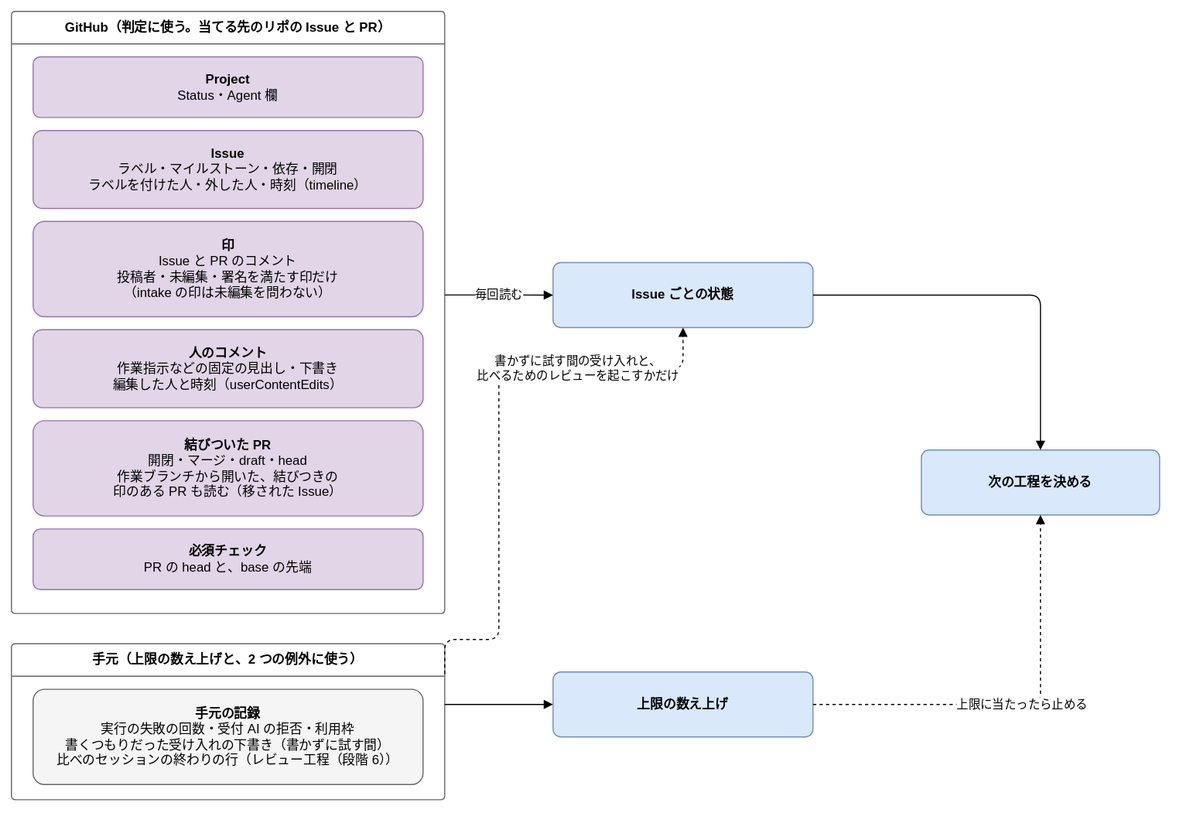
Above: docs/design/basic/diagrams/02-state-assembly.drawio.svg in Joymerrevent/dev-autopilot (draw.io), before the change. Source tidied: cells renumbered, new cells last; positions are measured from the earlier drawing's top-left corner, leaving out a move shared by most shapes.
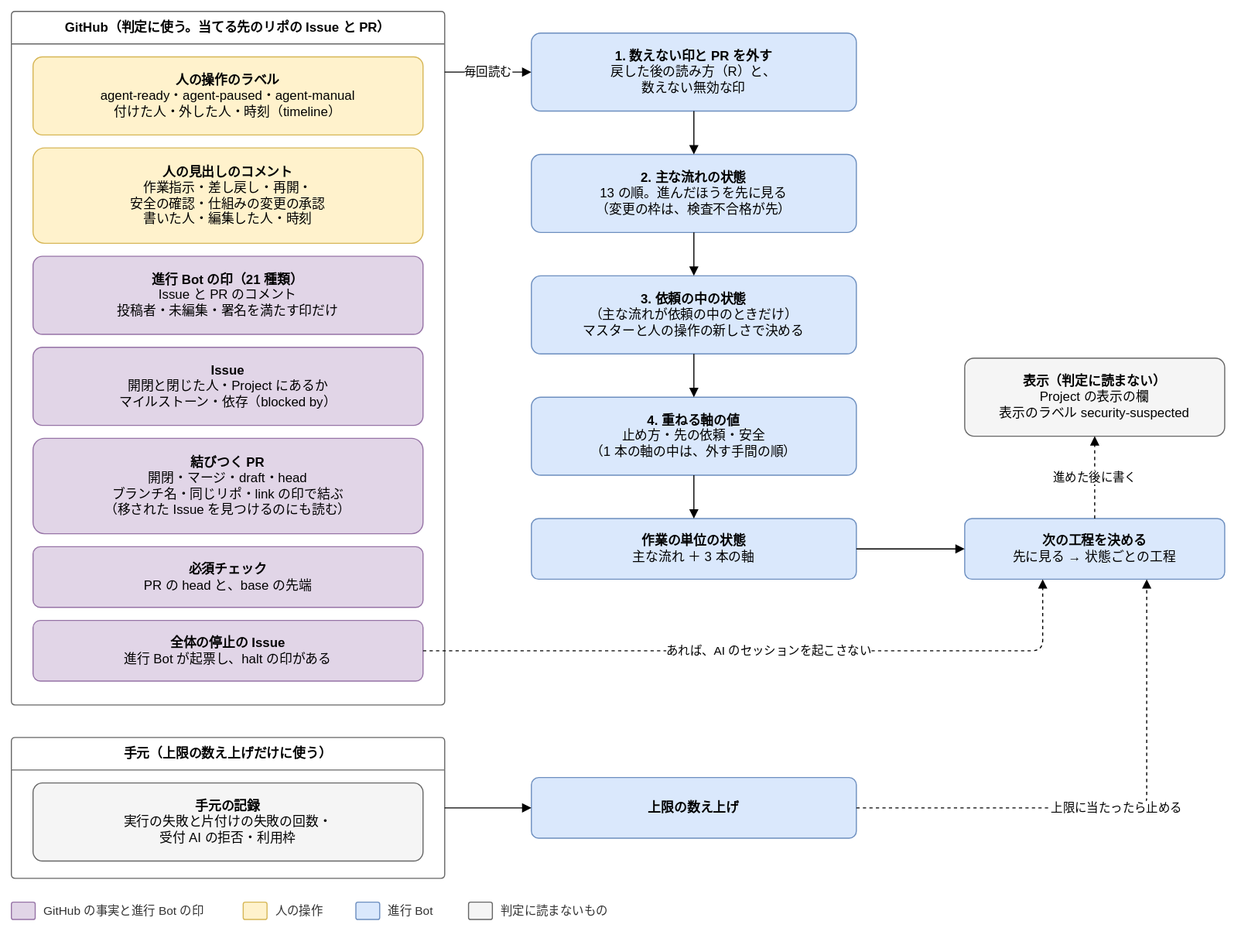
The same diagram one commit later.

Diff of the diagram source:
```diff
@@ -3,61 +3,120 @@
     <mxCell id="0" />
     <mxCell id="1" parent="0" />
     <mxCell id="2" value="GitHub（判定に使う。当てる先のリポの Issue と PR）" style="swimlane;startSize=30;html=1;whiteSpace=wrap;rounded=1;arcSize=4;fontStyle=1;fontSize=12;strokeColor=#666666;fillColor=none;swimlaneFillColor=none;" parent="1" vertex="1">
-      <mxGeometry width="400" height="556" as="geometry" />
+      <mxGeometry width="400" height="640" as="geometry" />
     </mxCell>
-    <mxCell id="3" value="&lt;b&gt;Project&lt;/b&gt;&lt;br&gt;Status・Agent 欄" style="rounded=1;whiteSpace=wrap;html=1;fontSize=12;arcSize=12;spacing=12;fillColor=#e1d5e7;strokeColor=#9673a6;" parent="2" vertex="1">
-      <mxGeometry x="20" y="42" width="360" height="56" as="geometry" />
-    </mxCell>
-    <mxCell id="4" value="&lt;b&gt;Issue&lt;/b&gt;&lt;br&gt;ラベル・マイルストーン・依存・開閉&lt;br&gt;ラベルを付けた人・外した人・時刻（timeline）" style="rounded=1;whiteSpace=wrap;html=1;fontSize=12;arcSize=12;spacing=12;fillColor=#e1d5e7;strokeColor=#9673a6;" parent="2" vertex="1">
-      <mxGeometry x="20" y="110" width="360" height="72" as="geometry" />
-    </mxCell>
-    <mxCell id="5" value="&lt;b&gt;印&lt;/b&gt;&lt;br&gt;Issue と PR のコメント&lt;br&gt;投稿者・未編集・署名を満たす印だけ&lt;br&gt;（intake の印は未編集を問わない）" style="rounded=1;whiteSpace=wrap;html=1;fontSize=12;arcSize=12;spacing=12;fillColor=#e1d5e7;strokeColor=#9673a6;" parent="2" vertex="1">
-      <mxGeometry x="20" y="194" width="360" height="88" as="geometry" />
-    </mxCell>
-    <mxCell id="6" value="&lt;b&gt;人のコメント&lt;/b&gt;&lt;br&gt;作業指示などの固定の見出し・下書き&lt;br&gt;編集した人と時刻（userContentEdits）" style="rounded=1;whiteSpace=wrap;html=1;fontSize=12;arcSize=12;spacing=12;fillColor=#e1d5e7;strokeColor=#9673a6;" parent="2" vertex="1">
-      <mxGeometry x="20" y="294" width="360" height="72" as="geometry" />
-    </mxCell>
-    <mxCell id="7" value="&lt;b&gt;結びついた PR&lt;/b&gt;&lt;br&gt;開閉・マージ・draft・head&lt;br&gt;作業ブランチから開いた、結びつきの&lt;br&gt;印のある PR も読む（移された Issue）" style="rounded=1;whiteSpace=wrap;html=1;fontSize=12;arcSize=12;spacing=12;fillColor=#e1d5e7;strokeColor=#9673a6;" parent="2" vertex="1">
-      <mxGeometry x="20" y="378" width="360" height="88" as="geometry" />
-    </mxCell>
+    <mxCell id="19" value="&lt;b&gt;人の操作のラベル&lt;/b&gt;&lt;br&gt;agent-ready・agent-paused・agent-manual&lt;br&gt;付けた人・外した人・時刻（timeline）" style="rounded=1;whiteSpace=wrap;html=1;fontSize=12;arcSize=12;spacing=12;fillColor=#fff2cc;strokeColor=#d6b656;" parent="2" vertex="1">
+      <mxGeometry x="20" y="42" width="360" height="72" as="geometry" />
+    </mxCell>
+    <mxCell id="20" value="&lt;b&gt;人の見出しのコメント&lt;/b&gt;&lt;br&gt;作業指示・差し戻し・再開・&lt;br&gt;安全の確認・仕組みの変更の承認&lt;br&gt;書いた人・編集した人・時刻" style="rounded=1;whiteSpace=wrap;html=1;fontSize=12;arcSize=12;spacing=12;fillColor=#fff2cc;strokeColor=#d6b656;" parent="2" vertex="1">
+      <mxGeometry x="20" y="126" width="360" height="88" as="geometry" />
+    </mxCell>
+    <mxCell id="21" value="&lt;b&gt;進行 Bot の印（21 種類）&lt;/b&gt;&lt;br&gt;Issue と PR のコメント&lt;br&gt;投稿者・未編集・署名を満たす印だけ" style="rounded=1;whiteSpace=wrap;html=1;fontSize=12;arcSize=12;spacing=12;fillColor=#e1d5e7;strokeColor=#9673a6;" parent="2" vertex="1">
+      <mxGeometry x="20" y="226" width="360" height="72" as="geometry" />
+    </mxCell>
+    <mxCell id="22" value="&lt;b&gt;Issue&lt;/b&gt;&lt;br&gt;開閉と閉じた人・Project にあるか&lt;br&gt;マイルストーン・依存（blocked by）" style="rounded=1;whiteSpace=wrap;html=1;fontSize=12;arcSize=12;spacing=12;fillColor=#e1d5e7;strokeColor=#9673a6;" parent="2" vertex="1">
+      <mxGeometry x="20" y="310" width="360" height="72" as="geometry" />
+    </mxCell>
+    <mxCell id="23" value="&lt;b&gt;結びつく PR&lt;/b&gt;&lt;br&gt;開閉・マージ・draft・head&lt;br&gt;ブランチ名・同じリポ・link の印で結ぶ&lt;br&gt;（移された Issue を見つけるのにも読む）" style="rounded=1;whiteSpace=wrap;html=1;fontSize=12;arcSize=12;spacing=12;fillColor=#e1d5e7;strokeColor=#9673a6;" parent="2" vertex="1">
+      <mxGeometry x="20" y="394" width="360" height="88" as="geometry" />
+    </mxCell>
     <mxCell id="8" value="&lt;b&gt;必須チェック&lt;/b&gt;&lt;br&gt;PR の head と、base の先端" style="rounded=1;whiteSpace=wrap;html=1;fontSize=12;arcSize=12;spacing=12;fillColor=#e1d5e7;strokeColor=#9673a6;" parent="2" vertex="1">
-      <mxGeometry x="20" y="478" width="360" height="56" as="geometry" />
+      <mxGeometry x="20" y="494" width="360" height="56" as="geometry" />
     </mxCell>
+    <mxCell id="24" value="&lt;b&gt;全体の停止の Issue&lt;/b&gt;&lt;br&gt;進行 Bot が起票し、halt の印がある" style="rounded=1;whiteSpace=wrap;html=1;fontSize=12;arcSize=12;spacing=12;fillColor=#e1d5e7;strokeColor=#9673a6;" parent="2" vertex="1">
+      <mxGeometry x="20" y="562" width="360" height="56" as="geometry" />
+    </mxCell>
+    <mxCell id="25" value="&lt;b&gt;1. 数えない印と PR を外す&lt;/b&gt;&lt;br&gt;戻した後の読み方（R）と、&lt;br&gt;数えない無効な印" style="rounded=1;whiteSpace=wrap;html=1;fontSize=12;arcSize=12;spacing=12;fillColor=#dae8fc;strokeColor=#6c8ebf;" parent="1" vertex="1">
+      <mxGeometry x="480" y="20" width="300" height="72" as="geometry" />
+    </mxCell>
+    <mxCell id="26" value="&lt;b&gt;2. 主な流れの状態&lt;/b&gt;&lt;br&gt;13 の順。進んだほうを先に見る&lt;br&gt;（変更の枠は、検査不合格が先）" style="rounded=1;whiteSpace=wrap;html=1;fontSize=12;arcSize=12;spacing=12;fillColor=#dae8fc;strokeColor=#6c8ebf;" parent="1" vertex="1">
+      <mxGeometry x="480" y="132" width="300" height="72" as="geometry" />
+    </mxCell>
+    <mxCell id="27" value="&lt;b&gt;3. 依頼の中の状態&lt;/b&gt;&lt;br&gt;（主な流れが依頼の中のときだけ）&lt;br&gt;マスターと人の操作の新しさで決める" style="rounded=1;whiteSpace=wrap;html=1;fontSize=12;arcSize=12;spacing=12;fillColor=#dae8fc;strokeColor=#6c8ebf;" parent="1" vertex="1">
+      <mxGeometry x="480" y="244" width="300" height="72" as="geometry" />
+    </mxCell>
+    <mxCell id="28" value="&lt;b&gt;4. 重ねる軸の値&lt;/b&gt;&lt;br&gt;止め方・先の依頼・安全&lt;br&gt;（1 本の軸の中は、外す手間の順）" style="rounded=1;whiteSpace=wrap;html=1;fontSize=12;arcSize=12;spacing=12;fillColor=#dae8fc;strokeColor=#6c8ebf;" parent="1" vertex="1">
+      <mxGeometry x="480" y="356" width="300" height="72" as="geometry" />
+    </mxCell>
+    <mxCell id="29" value="&lt;b&gt;作業の単位の状態&lt;/b&gt;&lt;br&gt;主な流れ ＋ 3 本の軸" style="rounded=1;whiteSpace=wrap;html=1;fontSize=12;arcSize=12;spacing=12;fillColor=#dae8fc;strokeColor=#6c8ebf;" parent="1" vertex="1">
+      <mxGeometry x="480" y="468" width="300" height="56" as="geometry" />
+    </mxCell>
+    <mxCell id="30" value="&lt;b&gt;次の工程を決める&lt;/b&gt;&lt;br&gt;先に見る → 状態ごとの工程" style="rounded=1;whiteSpace=wrap;html=1;fontSize=12;arcSize=12;spacing=12;fillColor=#dae8fc;strokeColor=#6c8ebf;" parent="1" vertex="1">
+      <mxGeometry x="880" y="468" width="240" height="56" as="geometry" />
+    </mxCell>
+    <mxCell id="31" value="&lt;b&gt;表示（判定に読まない）&lt;/b&gt;&lt;br&gt;Project の表示の欄&lt;br&gt;表示のラベル security-suspected" style="rounded=1;whiteSpace=wrap;html=1;fontSize=12;arcSize=12;spacing=12;fillColor=#f5f5f5;strokeColor=#666666;" parent="1" vertex="1">
+      <mxGeometry x="880" y="320" width="240" height="72" as="geometry" />
+    </mxCell>
-    <mxCell id="9" value="手元（上限の数え上げと、2 つの例外に使う）" style="swimlane;startSize=30;html=1;whiteSpace=wrap;rounded=1;arcSize=4;fontStyle=1;fontSize=12;strokeColor=#666666;fillColor=none;swimlaneFillColor=none;" parent="1" vertex="1">
-      <mxGeometry y="584" width="400" height="144" as="geometry" />
+    <mxCell id="9" value="手元（上限の数え上げだけに使う）" style="swimlane;startSize=30;html=1;whiteSpace=wrap;rounded=1;arcSize=4;fontStyle=1;fontSize=12;strokeColor=#666666;fillColor=none;swimlaneFillColor=none;" parent="1" vertex="1">
+      <mxGeometry y="670" width="400" height="130" as="geometry" />
     </mxCell>
-    <mxCell id="10" value="&lt;b&gt;手元の記録&lt;/b&gt;&lt;br&gt;実行の失敗の回数・受付 AI の拒否・利用枠&lt;br&gt;書くつもりだった受け入れの下書き（書かずに試す間）&lt;br&gt;比べのセッションの終わりの行（レビュー工程（段階 6））" style="rounded=1;whiteSpace=wrap;html=1;fontSize=12;arcSize=12;spacing=12;fillColor=#f5f5f5;strokeColor=#666666;" parent="9" vertex="1">
-      <mxGeometry x="20" y="42" width="360" height="88" as="geometry" />
+    <mxCell id="10" value="&lt;b&gt;手元の記録&lt;/b&gt;&lt;br&gt;実行の失敗と片付けの失敗の回数・&lt;br&gt;受付 AI の拒否・利用枠" style="rounded=1;whiteSpace=wrap;html=1;fontSize=12;arcSize=12;spacing=12;fillColor=#f5f5f5;strokeColor=#666666;" parent="9" vertex="1">
+      <mxGeometry x="20" y="42" width="360" height="72" as="geometry" />
     </mxCell>
-    <mxCell id="11" value="&lt;b&gt;Issue ごとの状態&lt;/b&gt;" style="rounded=1;whiteSpace=wrap;html=1;fontSize=12;arcSize=12;spacing=12;fillColor=#dae8fc;strokeColor=#6c8ebf;" parent="1" vertex="1">
-      <mxGeometry x="500" y="232" width="240" height="60" as="geometry" />
-    </mxCell>
     <mxCell id="12" value="&lt;b&gt;上限の数え上げ&lt;/b&gt;" style="rounded=1;whiteSpace=wrap;html=1;fontSize=12;arcSize=12;spacing=12;fillColor=#dae8fc;strokeColor=#6c8ebf;" parent="1" vertex="1">
-      <mxGeometry x="500" y="610" width="240" height="60" as="geometry" />
+      <mxGeometry x="480" y="707" width="300" height="56" as="geometry" />
     </mxCell>
-    <mxCell id="13" value="&lt;b&gt;次の工程を決める&lt;/b&gt;" style="rounded=1;whiteSpace=wrap;html=1;fontSize=12;arcSize=12;spacing=12;fillColor=#dae8fc;strokeColor=#6c8ebf;" parent="1" vertex="1">
-      <mxGeometry x="840" y="405" width="220" height="60" as="geometry" />
-    </mxCell>
-    <mxCell id="14" value="毎回読む" style="edgeStyle=orthogonalEdgeStyle;rounded=1;html=1;endArrow=block;endFill=1;fontSize=11;labelBackgroundColor=#ffffff;exitX=1;exitDx=0;exitDy=0;entryX=0;entryY=0.5;entryDx=0;entryDy=0;exitY=0.471;" parent="1" edge="1" source="2" target="11">
+    <mxCell id="14" value="毎回読む" style="edgeStyle=orthogonalEdgeStyle;rounded=1;html=1;endArrow=block;endFill=1;fontSize=11;labelBackgroundColor=#ffffff;exitX=1;exitY=0.0875;exitDx=0;exitDy=0;entryX=0;entryY=0.5;entryDx=0;entryDy=0;" parent="1" edge="1" source="2" target="25">
       <mxGeometry relative="1" as="geometry" />
     </mxCell>
-    <mxCell id="15" style="edgeStyle=orthogonalEdgeStyle;rounded=1;html=1;endArrow=block;endFill=1;fontSize=11;labelBackgroundColor=#ffffff;exitX=1;exitY=0.3889;exitDx=0;exitDy=0;entryX=0;entryY=0.5;entryDx=0;entryDy=0;" parent="1" edge="1" source="9" target="12">
+    <mxCell id="15" style="edgeStyle=orthogonalEdgeStyle;rounded=1;html=1;endArrow=block;endFill=1;fontSize=11;labelBackgroundColor=#ffffff;exitX=0.5;exitY=1;exitDx=0;exitDy=0;entryX=0.5;entryY=0;entryDx=0;entryDy=0;" parent="1" edge="1" source="25" target="26">
       <mxGeometry relative="1" as="geometry" />
     </mxCell>
-    <mxCell id="16" style="edgeStyle=orthogonalEdgeStyle;rounded=1;html=1;endArrow=block;endFill=1;fontSize=11;labelBackgroundColor=#ffffff;exitX=1;exitY=0.5;exitDx=0;exitDy=0;entryX=0.5;entryY=0;entryDx=0;entryDy=0;" parent="1" edge="1" source="11" target="13">
+    <mxCell id="16" style="edgeStyle=orthogonalEdgeStyle;rounded=1;html=1;endArrow=block;endFill=1;fontSize=11;labelBackgroundColor=#ffffff;exitX=0.5;exitY=1;exitDx=0;exitDy=0;entryX=0.5;entryY=0;entryDx=0;entryDy=0;" parent="1" edge="1" source="26" target="27">
       <mxGeometry relative="1" as="geometry" />
     </mxCell>
-    <mxCell id="17" value="上限に当たったら止める" style="edgeStyle=orthogonalEdgeStyle;rounded=1;html=1;endArrow=block;endFill=1;fontSize=11;labelBackgroundColor=#ffffff;dashed=1;exitX=1;exitY=0.5;exitDx=0;exitDy=0;entryX=0.5;entryY=1;entryDx=0;entryDy=0;" parent="1" edge="1" source="12" target="13">
+    <mxCell id="17" style="edgeStyle=orthogonalEdgeStyle;rounded=1;html=1;endArrow=block;endFill=1;fontSize=11;labelBackgroundColor=#ffffff;exitX=0.5;exitY=1;exitDx=0;exitDy=0;entryX=0.5;entryY=0;entryDx=0;entryDy=0;" parent="1" edge="1" source="27" target="28">
       <mxGeometry relative="1" as="geometry" />
     </mxCell>
-    <mxCell id="18" value="書かずに試す間の受け入れと、&lt;br&gt;比べるためのレビューを起こすかだけ" style="edgeStyle=orthogonalEdgeStyle;rounded=1;html=1;endArrow=block;endFill=1;fontSize=11;labelBackgroundColor=#ffffff;dashed=1;exitX=1;exitY=0.1944;exitDx=0;exitDy=0;entryX=0.5;entryY=1;entryDx=0;entryDy=0;" parent="1" edge="1" source="9" target="11">
-      <mxGeometry x="0.5" relative="1" as="geometry">
-        <Array as="points">
-          <mxPoint x="450" y="580" />
-          <mxPoint x="450" y="330" />
-          <mxPoint x="620" y="330" />
-        </Array>
-      </mxGeometry>
+    <mxCell id="18" style="edgeStyle=orthogonalEdgeStyle;rounded=1;html=1;endArrow=block;endFill=1;fontSize=11;labelBackgroundColor=#ffffff;exitX=0.5;exitY=1;exitDx=0;exitDy=0;entryX=0.5;entryY=0;entryDx=0;entryDy=0;" parent="1" edge="1" source="28" target="29">
+      <mxGeometry relative="1" as="geometry" />
     </mxCell>
+    <mxCell id="32" style="edgeStyle=orthogonalEdgeStyle;rounded=1;html=1;endArrow=block;endFill=1;fontSize=11;labelBackgroundColor=#ffffff;exitX=1;exitY=0.5;exitDx=0;exitDy=0;entryX=0;entryY=0.5;entryDx=0;entryDy=0;" parent="1" edge="1" source="29" target="30">
+      <mxGeometry relative="1" as="geometry" />
+    </mxCell>
+    <mxCell id="33" value="進めた後に書く" style="edgeStyle=orthogonalEdgeStyle;rounded=1;html=1;endArrow=block;endFill=1;fontSize=11;labelBackgroundColor=#ffffff;dashed=1;exitX=0.5;exitY=0;exitDx=0;exitDy=0;entryX=0.5;entryY=1;entryDx=0;entryDy=0;" parent="1" edge="1" source="30" target="31">
+      <mxGeometry relative="1" as="geometry" />
+    </mxCell>
+    <mxCell id="34" value="あれば、AI のセッションを起こさない" style="edgeStyle=orthogonalEdgeStyle;rounded=1;html=1;endArrow=block;endFill=1;fontSize=11;labelBackgroundColor=#ffffff;dashed=1;exitX=1;exitY=0.5;exitDx=0;exitDy=0;entryX=0.3;entryY=1;entryDx=0;entryDy=0;" parent="1" edge="1" source="24" target="30">
+      <mxGeometry relative="1" as="geometry">
+        <Array as="points">
+          <mxPoint x="952" y="590" />
+        </Array>
+      </mxGeometry>
+    </mxCell>
+    <mxCell id="35" style="edgeStyle=orthogonalEdgeStyle;rounded=1;html=1;endArrow=block;endFill=1;fontSize=11;labelBackgroundColor=#ffffff;exitX=1;exitY=0.5;exitDx=0;exitDy=0;entryX=0;entryY=0.5;entryDx=0;entryDy=0;" parent="1" edge="1" source="9" target="12">
+      <mxGeometry relative="1" as="geometry" />
+    </mxCell>
+    <mxCell id="36" value="上限に当たったら止める" style="edgeStyle=orthogonalEdgeStyle;rounded=1;html=1;endArrow=block;endFill=1;fontSize=11;labelBackgroundColor=#ffffff;dashed=1;exitX=1;exitY=0.5;exitDx=0;exitDy=0;entryX=0.7;entryY=1;entryDx=0;entryDy=0;" parent="1" edge="1" source="12" target="30">
+      <mxGeometry relative="1" as="geometry">
+        <Array as="points">
+          <mxPoint x="1048" y="735" />
+        </Array>
+      </mxGeometry>
+    </mxCell>
+    <mxCell id="37" style="rounded=1;whiteSpace=wrap;html=1;fontSize=12;arcSize=12;spacing=12;fillColor=#e1d5e7;strokeColor=#9673a6;" parent="1" vertex="1">
+      <mxGeometry y="822" width="22" height="16" as="geometry" />
+    </mxCell>
+    <mxCell id="38" value="GitHub の事実と進行 Bot の印" style="text;html=1;align=left;verticalAlign=middle;fontSize=11;fontColor=#333333;" parent="1" vertex="1">
+      <mxGeometry x="28" y="820" width="170" height="20" as="geometry" />
+    </mxCell>
+    <mxCell id="39" style="rounded=1;whiteSpace=wrap;html=1;fontSize=12;arcSize=12;spacing=12;fillColor=#fff2cc;strokeColor=#d6b656;" parent="1" vertex="1">
+      <mxGeometry x="214" y="822" width="22" height="16" as="geometry" />
+    </mxCell>
+    <mxCell id="40" value="人の操作" style="text;html=1;align=left;verticalAlign=middle;fontSize=11;fontColor=#333333;" parent="1" vertex="1">
+      <mxGeometry x="242" y="820" width="60" height="20" as="geometry" />
+    </mxCell>
+    <mxCell id="41" style="rounded=1;whiteSpace=wrap;html=1;fontSize=12;arcSize=12;spacing=12;fillColor=#dae8fc;strokeColor=#6c8ebf;" parent="1" vertex="1">
+      <mxGeometry x="318" y="822" width="22" height="16" as="geometry" />
+    </mxCell>
+    <mxCell id="42" value="進行 Bot" style="text;html=1;align=left;verticalAlign=middle;fontSize=11;fontColor=#333333;" parent="1" vertex="1">
+      <mxGeometry x="346" y="820" width="60" height="20" as="geometry" />
+    </mxCell>
+    <mxCell id="43" style="rounded=1;whiteSpace=wrap;html=1;fontSize=12;arcSize=12;spacing=12;fillColor=#f5f5f5;strokeColor=#666666;" parent="1" vertex="1">
+      <mxGeometry x="422" y="822" width="22" height="16" as="geometry" />
+    </mxCell>
+    <mxCell id="44" value="判定に読まないもの" style="text;html=1;align=left;verticalAlign=middle;fontSize=11;fontColor=#333333;" parent="1" vertex="1">
+      <mxGeometry x="450" y="820" width="120" height="20" as="geometry" />
+    </mxCell>
   </root>
 </mxGraphModel>
```
